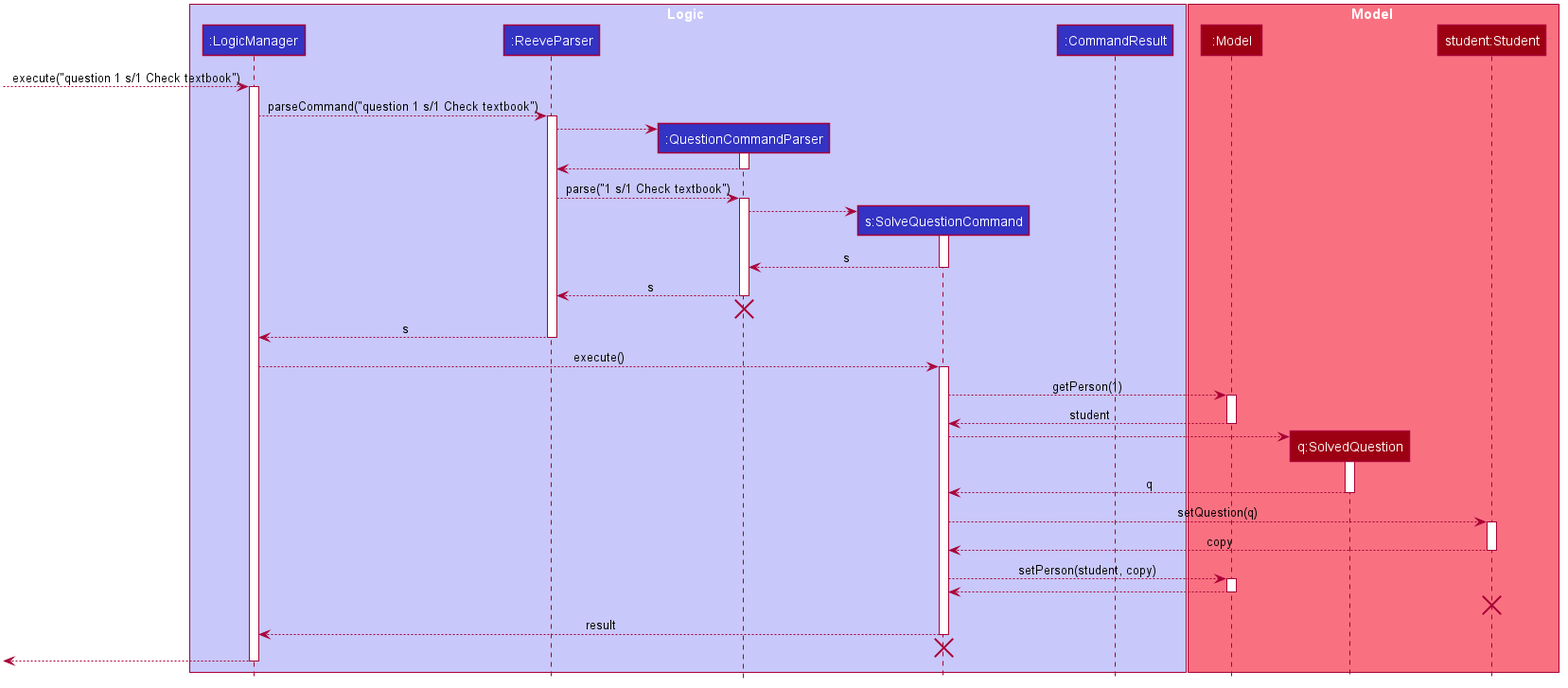
Earlier version of the PlantUML export docs/images/SolveQuestionSequenceDiagram.png (nus-cs2103-AY2021S1/tp).
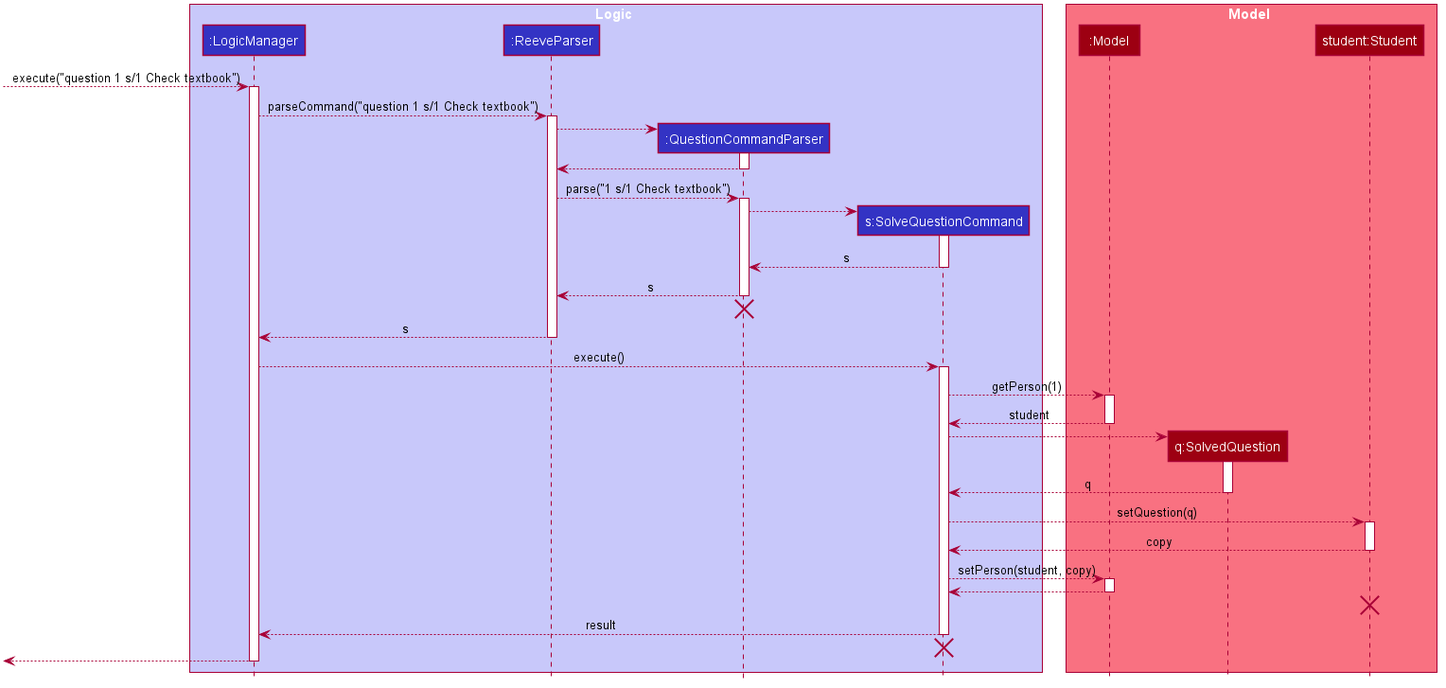
After the change.

What changed in the source:
```diff
@@ -53,7 +53,6 @@
 participant ":ReeveParser" as ReeveParser #3333C4
 participant ":QuestionCommandParser" as QuestionCommandParser #3333C4
 participant "s:SolveQuestionCommand" as SolveQuestionCommand #3333C4
-participant ":CommandResult" as CommandResult #3333C4
 end box
 
 box Model #F97181
```
